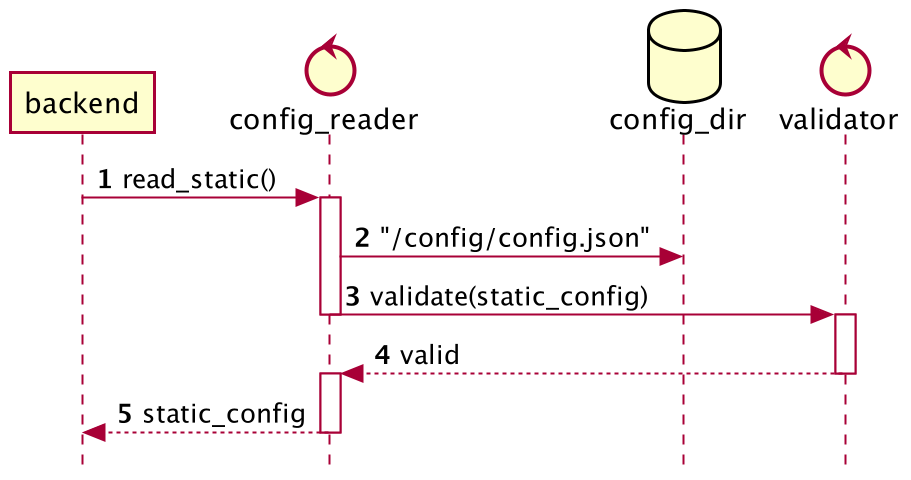
The PlantUML diagram docs/docs/uml/startup_read_static_config.png in oss-vienna-at/movin-things, before a commit.
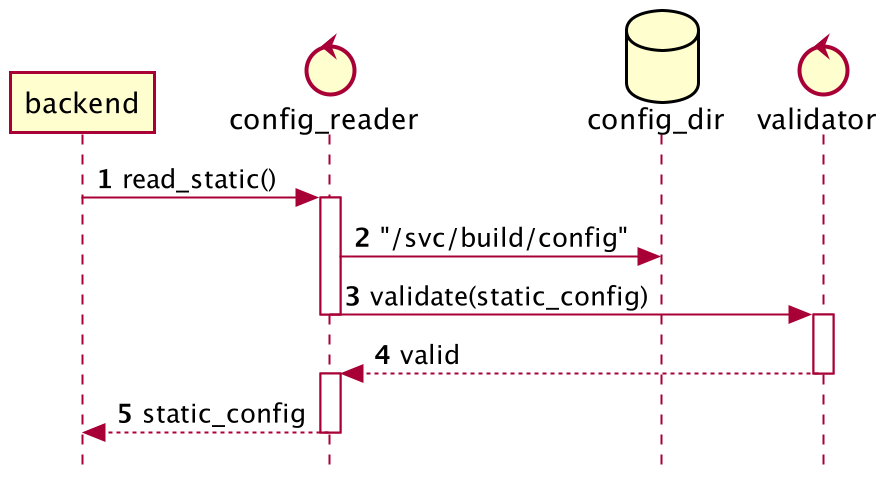
After the commit.

What changed in the source:
```diff
@@ -10,7 +10,7 @@
 
 b -> c: read_static()
 activate c
-c -> cd: "/config/config.json"
+c -> cd: "/svc/build/config"
 c -> v : validate(static_config)
 deactivate c
 activate v
```
